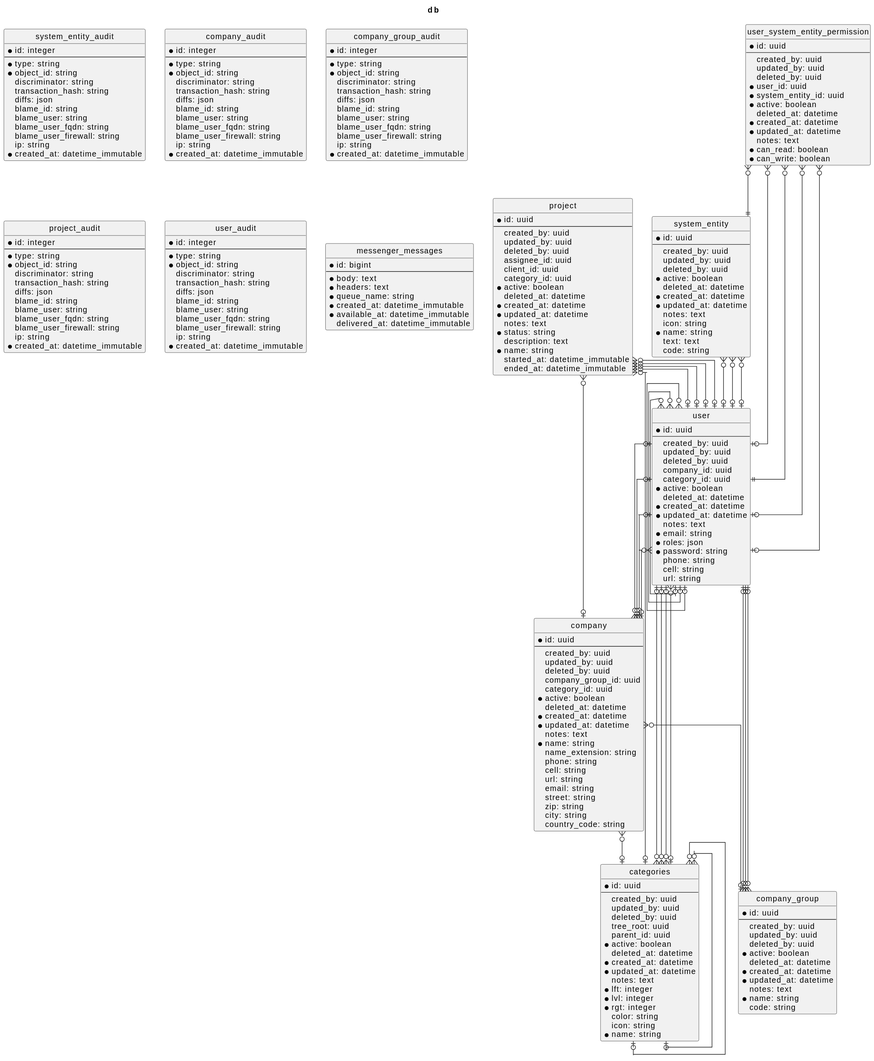
Before: assets/docs/diagram-er.svg, a diagram exported from PlantUML (cschorr/symfony-core-bundle).
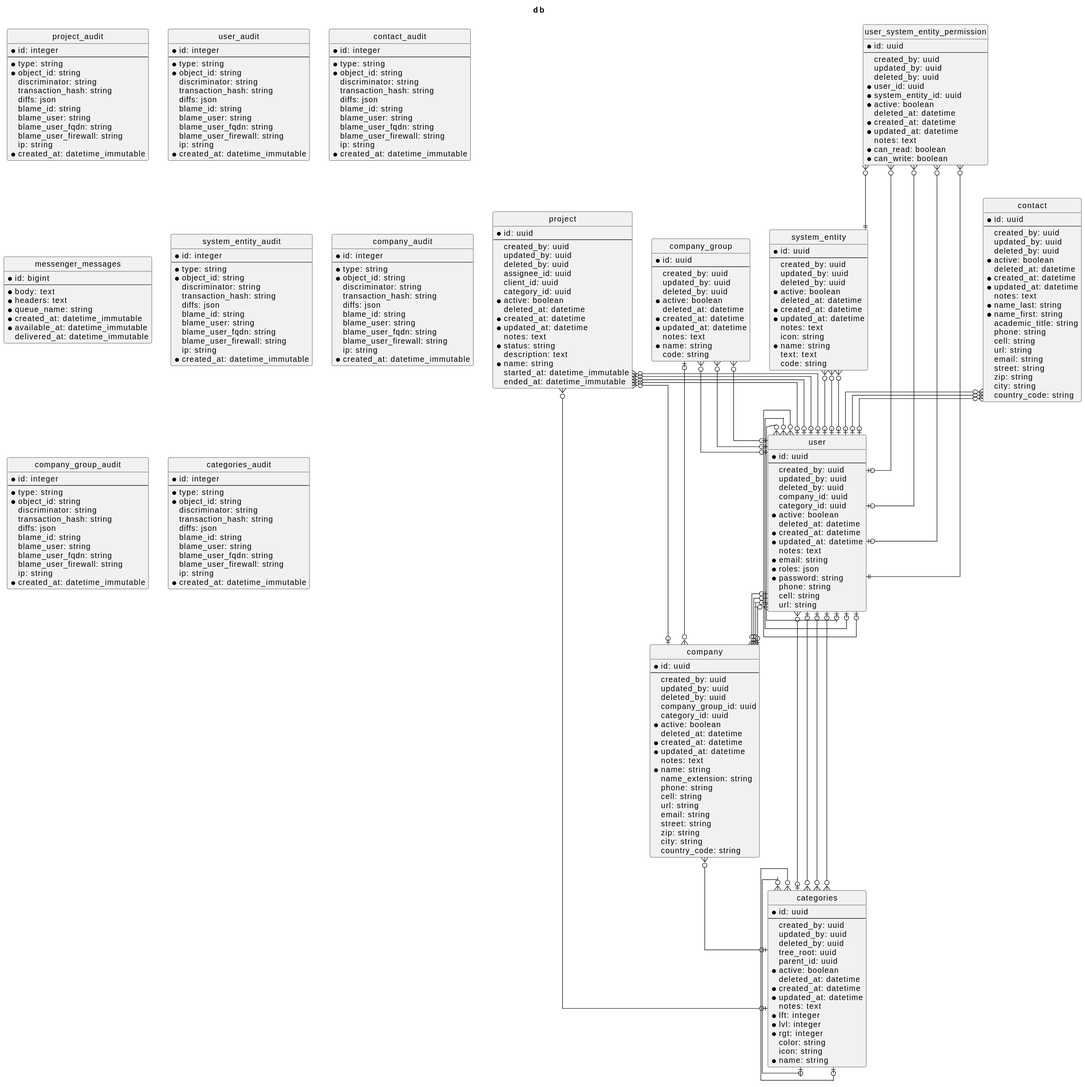
After the commit.

Change to the diagram source:
```diff
@@ -5,6 +5,151 @@
 skinparam LineType Ortho
 title db
 !theme _none_
+entity company_group {
+* id: uuid
+--
+ created_by: uuid
+ updated_by: uuid
+ deleted_by: uuid
+* active: boolean
+ deleted_at: datetime
+* created_at: datetime
+* updated_at: datetime
+ notes: text
+* name: string
+ code: string
+}
+entity project {
+* id: uuid
+--
+ created_by: uuid
+ updated_by: uuid
+ deleted_by: uuid
+ assignee_id: uuid
+ client_id: uuid
+ category_id: uuid
+* active: boolean
+ deleted_at: datetime
+* created_at: datetime
+* updated_at: datetime
+ notes: text
+* status: string
+ description: text
+* name: string
+ started_at: datetime_immutable
+ ended_at: datetime_immutable
+}
+entity user_system_entity_permission {
+* id: uuid
+--
+ created_by: uuid
+ updated_by: uuid
+ deleted_by: uuid
+* user_id: uuid
+* system_entity_id: uuid
+* active: boolean
+ deleted_at: datetime
+* created_at: datetime
+* updated_at: datetime
+ notes: text
+* can_read: boolean
+* can_write: boolean
+}
+entity project_audit {
+* id: integer
+--
+* type: string
+* object_id: string
+ discriminator: string
+ transaction_hash: string
+ diffs: json
+ blame_id: string
+ blame_user: string
+ blame_user_fqdn: string
+ blame_user_firewall: string
+ ip: string
+* created_at: datetime_immutable
+}
+entity user_audit {
+* id: integer
+--
+* type: string
+* object_id: string
+ discriminator: string
+ transaction_hash: string
+ diffs: json
+ blame_id: string
+ blame_user: string
+ blame_user_fqdn: string
+ blame_user_firewall: string
+ ip: string
+* created_at: datetime_immutable
+}
+entity contact_audit {
+* id: integer
+--
+* type: string
+* object_id: string
+ discriminator: string
+ transaction_hash: string
+ diffs: json
+ blame_id: string
+ blame_user: string
+ blame_user_fqdn: string
+ blame_user_firewall: string
+ ip: string
+* created_at: datetime_immutable
+}
+entity company {
+* id: uuid
+--
+ created_by: uuid
+ updated_by: uuid
+ deleted_by: uuid
+ company_group_id: uuid
+ category_id: uuid
+* active: boolean
+ deleted_at: datetime
+* created_at: datetime
+* updated_at: datetime
+ notes: text
+* name: string
+ name_extension: string
+ phone: string
+ cell: string
+ url: string
+ email: string
+ street: string
+ zip: string
+ city: string
+ country_code: string
+}
+entity system_entity {
+* id: uuid
+--
+ created_by: uuid
+ updated_by: uuid
+ deleted_by: uuid
+* active: boolean
+ deleted_at: datetime
+* created_at: datetime
+* updated_at: datetime
+ notes: text
+ icon: string
+* name: string
+ text: text
+ code: string
+}
+entity messenger_messages {
+* id: bigint
+--
+* body: text
+* headers: text
+* queue_name: string
+* created_at: datetime_immutable
+* available_at: datetime_immutable
+ delivered_at: datetime_immutable
+}
 entity system_entity_audit {
 * id: integer
 --
@@ -50,7 +195,27 @@
  ip: string
 * created_at: datetime_immutable
 }
-entity project_audit {
+entity user {
+* id: uuid
+--
+ created_by: uuid
+ updated_by: uuid
+ deleted_by: uuid
+ company_id: uuid
+ category_id: uuid
+* active: boolean
+ deleted_at: datetime
+* created_at: datetime
+* updated_at: datetime
+ notes: text
+* email: string
+* roles: json
+* password: string
+ phone: string
+ cell: string
+ url: string
+}
+entity categories_audit {
 * id: integer
 --
 * type: string
@@ -65,32 +230,7 @@
  ip: string
 * created_at: datetime_immutable
 }
-entity user_audit {
-* id: integer
---
-* type: string
-* object_id: string
- discriminator: string
- transaction_hash: string
- diffs: json
- blame_id: string
- blame_user: string
- blame_user_fqdn: string
- blame_user_firewall: string
- ip: string
-* created_at: datetime_immutable
-}
-entity messenger_messages {
-* id: bigint
---
-* body: text
-* headers: text
-* queue_name: string
-* created_at: datetime_immutable
-* available_at: datetime_immutable
- delivered_at: datetime_immutable
-}
-entity system_entity {
+entity contact {
 * id: uuid
 --
  created_by: uuid
@@ -101,42 +241,9 @@
 * created_at: datetime
 * updated_at: datetime
  notes: text
- icon: string
-* name: string
- text: text
- code: string
-}
-entity user_system_entity_permission {
-* id: uuid
---
- created_by: uuid
- updated_by: uuid
- deleted_by: uuid
-* user_id: uuid
-* system_entity_id: uuid
-* active: boolean
- deleted_at: datetime
-* created_at: datetime
-* updated_at: datetime
- notes: text
-* can_read: boolean
-* can_write: boolean
-}
-entity company {
-* id: uuid
---
- created_by: uuid
- updated_by: uuid
- deleted_by: uuid
- company_group_id: uuid
- category_id: uuid
-* active: boolean
- deleted_at: datetime
-* created_at: datetime
-* updated_at: datetime
- notes: text
-* name: string
- name_extension: string
+* name_last: string
+* name_first: string
+ academic_title: string
  phone: string
  cell: string
  url: string
@@ -145,20 +252,6 @@
  zip: string
  city: string
  country_code: string
-}
-entity company_group {
-* id: uuid
---
- created_by: uuid
- updated_by: uuid
- deleted_by: uuid
-* active: boolean
- deleted_at: datetime
-* created_at: datetime
-* updated_at: datetime
- notes: text
-* name: string
- code: string
 }
 entity categories {
 * id: uuid
@@ -180,76 +273,39 @@
  icon: string
 * name: string
 }
-entity project {
-* id: uuid
---
- created_by: uuid
- updated_by: uuid
- deleted_by: uuid
- assignee_id: uuid
- client_id: uuid
- category_id: uuid
-* active: boolean
- deleted_at: datetime
-* created_at: datetime
-* updated_at: datetime
- notes: text
-* status: string
- description: text
-* name: string
- started_at: datetime_immutable
- ended_at: datetime_immutable
-}
-entity user {
-* id: uuid
---
- created_by: uuid
- updated_by: uuid
- deleted_by: uuid
- company_id: uuid
- category_id: uuid
-* active: boolean
- deleted_at: datetime
-* created_at: datetime
-* updated_at: datetime
- notes: text
-* email: string
-* roles: json
-* password: string
- phone: string
- cell: string
- url: string
-}
-system_entity }o--o| user
-system_entity }o--o| user
-system_entity }o--o| user
-user_system_entity_permission }o--|| system_entity
-user_system_entity_permission }o--o| user
-user_system_entity_permission }o--|| user
-user_system_entity_permission }o--o| user
-user_system_entity_permission }o--o| user
-company }o--o| categories
-company }o--o| user
-company }o--o| user
-company }o--o| company_group
-company }o--o| user
 company_group }o--o| user
 company_group }o--o| user
 company_group }o--o| user
-categories }o--o| user
-categories }o--o| user
-categories }o--o| categories
-categories }o--o| user
-categories }o--o| categories
+project }o--o| user
 project }o--o| user
 project }o--o| company
 project }o--o| user
 project }o--o| categories
 project }o--o| user
-project }o--o| user
+user_system_entity_permission }o--o| user
+user_system_entity_permission }o--o| user
+user_system_entity_permission }o--|| system_entity
+user_system_entity_permission }o--o| user
+user_system_entity_permission }o--|| user
+company }o--o| user
+company }o--o| categories
+company }o--o| user
+company }o--o| user
+company }o--o| company_group
+system_entity }o--o| user
+system_entity }o--o| user
+system_entity }o--o| user
+user }o--o| categories
+user }o--o| company
 user }o--o| user
 user }o--o| user
 user }o--o| user
-user }o--o| categories
-user }o--o| company
+contact }o--o| user
+contact }o--o| user
+contact }o--o| user
+categories }o--o| user
+categories }o--o| categories
+categories }o--o| user
+categories }o--o| user
+categories }o--o| categories
 @enduml
```
